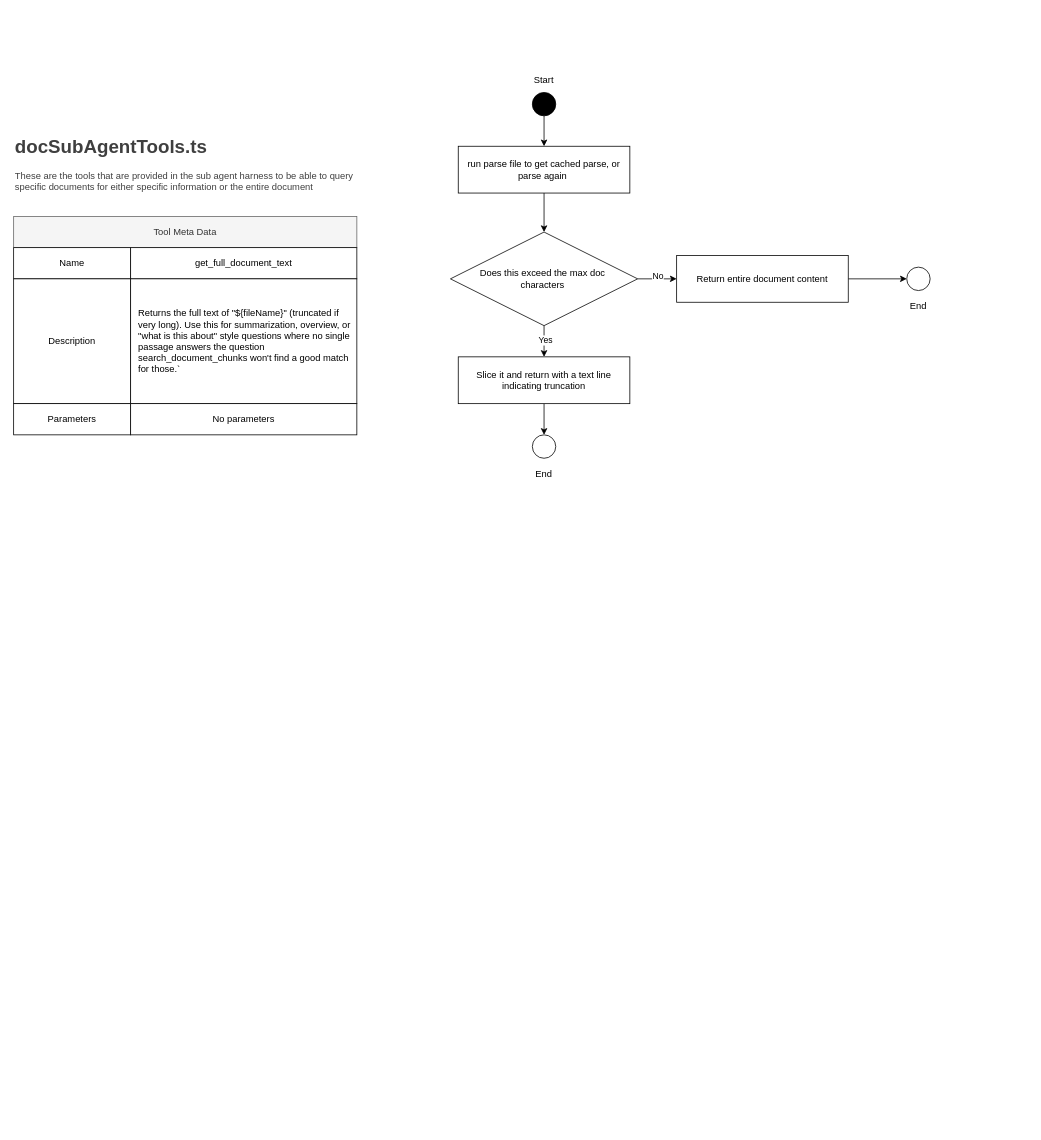
Above: page "query_table" (2 of 2) of diagrams/agents/structuredData/subAgentTools.drawio in Tedyang2003/lms-agent-advanced (draw.io), before the change. Source tidied: cells renumbered, new cells numbered last; positions are measured from the earlier drawing's top-left corner, leaving out a move shared by most shapes. Both pictures are drawn from the tidied source at 78%, with x=0, y=0 at pixel (13, 68).
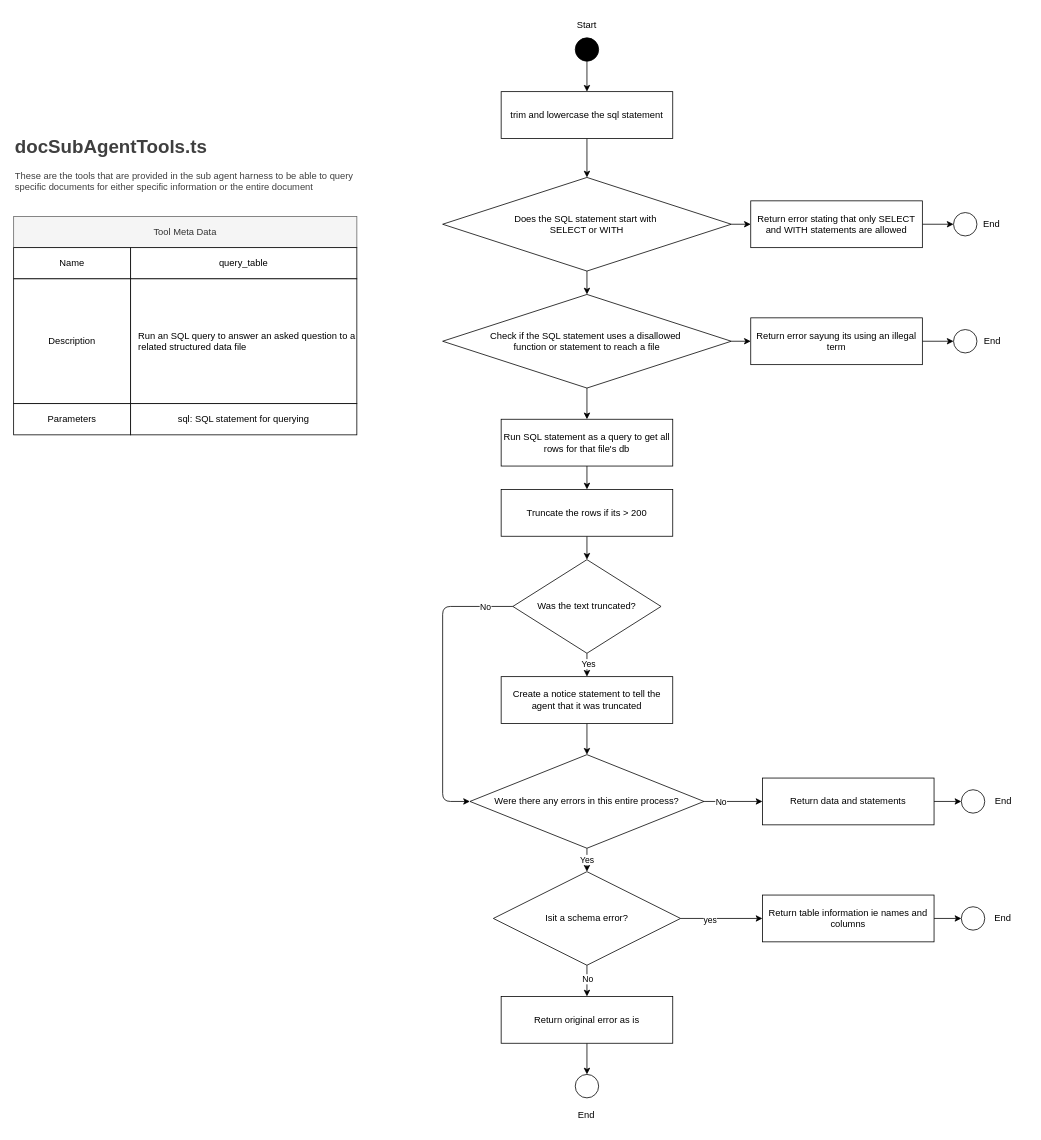
The same diagram, later.

Commit message (it also covers changes not shown here):
Add diagrams related to preprocessing, structured data handling and structured data sub agent tools

Change to the diagram source:
```diff
@@
-    <mxCell id="4" value="&lt;span style=&quot;color: rgb(0, 0, 0);&quot;&gt;get_full_document_text&lt;/span&gt;" style="rounded=0;whiteSpace=wrap;html=1;" parent="1" vertex="1">
+    <mxCell id="4" value="&lt;span style=&quot;color: rgb(0, 0, 0);&quot;&gt;query_table&lt;/span&gt;" style="rounded=0;whiteSpace=wrap;html=1;" parent="1" vertex="1">
       <mxGeometry x="150" y="230" width="290" height="40" as="geometry" />
     </mxCell>
@@
-    <mxCell id="6" value="&lt;span style=&quot;color: rgb(0, 0, 0);&quot;&gt;Returns the full text of &quot;${fileName}&quot; (truncated if very long). Use this for summarization, overview, or &quot;what is this about&quot; style questions where no single&amp;nbsp; passage answers the question search_document_chunks won't find a good match for those.`&lt;/span&gt;" style="rounded=0;whiteSpace=wrap;html=1;align=left;spacingLeft=8;" parent="1" vertex="1">
+    <mxCell id="6" value="&lt;span style=&quot;color: rgb(0, 0, 0);&quot;&gt;Run an SQL query to answer an asked question to a related structured data file&lt;/span&gt;" style="rounded=0;whiteSpace=wrap;html=1;align=left;spacingLeft=8;" parent="1" vertex="1">
       <mxGeometry x="150" y="270" width="290" height="160" as="geometry" />
     </mxCell>
@@
-    <mxCell id="8" value="No parameters" style="rounded=0;whiteSpace=wrap;html=1;" parent="1" vertex="1">
+    <mxCell id="8" value="sql: SQL statement for querying" style="rounded=0;whiteSpace=wrap;html=1;" parent="1" vertex="1">
       <mxGeometry x="150" y="430" width="290" height="40" as="geometry" />
     </mxCell>
@@
-    <mxCell id="10" style="edgeStyle=none;html=1;exitX=0.5;exitY=1;exitDx=0;exitDy=0;" parent="1" edge="1" source="11" target="21">
+    <mxCell id="10" style="edgeStyle=none;html=1;exitX=0.5;exitY=1;exitDx=0;exitDy=0;entryX=0.5;entryY=0;entryDx=0;entryDy=0;" parent="1" edge="1" source="11" target="30">
       <mxGeometry relative="1" as="geometry" />
     </mxCell>
-    <mxCell id="11" value="run parse file to get cached parse, or parse again&amp;nbsp;" style="rounded=0;whiteSpace=wrap;html=1;" parent="1" vertex="1">
-      <mxGeometry x="570" y="100" width="220" height="60" as="geometry" />
+    <mxCell id="11" value="trim and lowercase the sql statement" style="rounded=0;whiteSpace=wrap;html=1;" parent="1" vertex="1">
+      <mxGeometry x="625" y="30" width="220" height="60" as="geometry" />
     </mxCell>
-    <mxCell id="12" style="ellipse;whiteSpace=wrap;html=1;" parent="1" vertex="1">
-      <mxGeometry x="1145" y="255" width="30" height="30" as="geometry" />
-    </mxCell>
-    <mxCell id="13" value="End" style="text;html=1;align=center;verticalAlign=middle;whiteSpace=wrap;rounded=0;" parent="1" vertex="1">
-      <mxGeometry x="1130" y="290" width="60" height="30" as="geometry" />
-    </mxCell>
     <mxCell id="14" style="ellipse;whiteSpace=wrap;html=1;fillColor=#000000;" parent="1" vertex="1">
-      <mxGeometry x="665" y="31" width="30" height="30" as="geometry" />
+      <mxGeometry x="720" y="-39" width="30" height="30" as="geometry" />
     </mxCell>
     <mxCell id="15" value="Start" style="text;html=1;align=center;verticalAlign=middle;whiteSpace=wrap;rounded=0;" parent="1" vertex="1">
-      <mxGeometry x="650" width="60" height="30" as="geometry" />
+      <mxGeometry x="705" y="-70" width="60" height="30" as="geometry" />
     </mxCell>
@@
-    <mxCell id="17" style="edgeStyle=none;html=1;exitX=0.5;exitY=1;exitDx=0;exitDy=0;" parent="1" edge="1" source="21" target="23">
-      <mxGeometry relative="1" as="geometry" />
-    </mxCell>
-    <mxCell id="18" value="Yes" style="edgeLabel;html=1;align=center;verticalAlign=middle;" parent="17" vertex="1">
-      <mxGeometry x="-0.1" y="1" relative="1" as="geometry" />
-    </mxCell>
-    <mxCell id="19" style="edgeStyle=none;html=1;exitX=1;exitY=0.5;exitDx=0;exitDy=0;entryX=0;entryY=0.5;entryDx=0;entryDy=0;" parent="1" edge="1" source="21" target="25">
-      <mxGeometry relative="1" as="geometry" />
-    </mxCell>
-    <mxCell id="20" value="No" style="edgeLabel;html=1;align=center;verticalAlign=middle;" parent="19" vertex="1">
-      <mxGeometry x="-0.01" y="4" relative="1" as="geometry" />
-    </mxCell>
-    <mxCell id="21" value="Does this exceed the max doc&amp;nbsp;&lt;div&gt;characters&amp;nbsp;&lt;/div&gt;" style="rhombus;whiteSpace=wrap;html=1;" parent="1" vertex="1">
-      <mxGeometry x="560" y="210" width="240" height="120" as="geometry" />
-    </mxCell>
-    <mxCell id="22" style="edgeStyle=none;html=1;exitX=0.5;exitY=1;exitDx=0;exitDy=0;entryX=0.5;entryY=0;entryDx=0;entryDy=0;" parent="1" edge="1" source="23" target="26">
-      <mxGeometry relative="1" as="geometry" />
-    </mxCell>
-    <mxCell id="23" value="Slice it and return with a text line indicating truncation" style="rounded=0;whiteSpace=wrap;html=1;" parent="1" vertex="1">
-      <mxGeometry x="570" y="370" width="220" height="60" as="geometry" />
-    </mxCell>
-    <mxCell id="24" style="edgeStyle=none;html=1;exitX=1;exitY=0.5;exitDx=0;exitDy=0;entryX=0;entryY=0.5;entryDx=0;entryDy=0;" parent="1" edge="1" source="25" target="12">
-      <mxGeometry relative="1" as="geometry" />
-    </mxCell>
-    <mxCell id="25" value="Return entire document content" style="rounded=0;whiteSpace=wrap;html=1;" parent="1" vertex="1">
-      <mxGeometry x="850" y="240" width="220" height="60" as="geometry" />
-    </mxCell>
-    <mxCell id="26" style="ellipse;whiteSpace=wrap;html=1;" parent="1" vertex="1">
-      <mxGeometry x="665" y="470" width="30" height="30" as="geometry" />
-    </mxCell>
-    <mxCell id="27" value="End" style="text;html=1;align=center;verticalAlign=middle;whiteSpace=wrap;rounded=0;" parent="1" vertex="1">
-      <mxGeometry x="650" y="505" width="60" height="30" as="geometry" />
-    </mxCell>
+    <mxCell id="28" style="edgeStyle=none;html=1;exitX=1;exitY=0.5;exitDx=0;exitDy=0;entryX=0;entryY=0.5;entryDx=0;entryDy=0;" parent="1" edge="1" source="30" target="32">
+      <mxGeometry relative="1" as="geometry" />
+    </mxCell>
+    <mxCell id="29" style="edgeStyle=none;html=1;exitX=0.5;exitY=1;exitDx=0;exitDy=0;" parent="1" edge="1" source="30" target="36">
+      <mxGeometry relative="1" as="geometry" />
+    </mxCell>
+    <mxCell id="30" value="Does the SQL statement start with&amp;nbsp;&lt;div&gt;SELECT or WITH&lt;/div&gt;" style="rhombus;whiteSpace=wrap;html=1;" parent="1" vertex="1">
+      <mxGeometry x="550" y="140" width="370" height="120" as="geometry" />
+    </mxCell>
+    <mxCell id="31" style="edgeStyle=none;html=1;exitX=1;exitY=0.5;exitDx=0;exitDy=0;entryX=0;entryY=0.5;entryDx=0;entryDy=0;" parent="1" edge="1" source="32" target="33">
+      <mxGeometry relative="1" as="geometry" />
+    </mxCell>
+    <mxCell id="32" value="Return error stating that only SELECT and WITH statements are allowed" style="rounded=0;whiteSpace=wrap;html=1;" parent="1" vertex="1">
+      <mxGeometry x="945" y="170" width="220" height="60" as="geometry" />
+    </mxCell>
+    <mxCell id="33" style="ellipse;whiteSpace=wrap;html=1;" parent="1" vertex="1">
+      <mxGeometry x="1205" y="185" width="30" height="30" as="geometry" />
+    </mxCell>
+    <mxCell id="34" value="End" style="text;html=1;align=center;verticalAlign=middle;whiteSpace=wrap;rounded=0;" parent="1" vertex="1">
+      <mxGeometry x="1224" y="185" width="60" height="30" as="geometry" />
+    </mxCell>
+    <mxCell id="35" style="edgeStyle=none;html=1;exitX=0.5;exitY=1;exitDx=0;exitDy=0;entryX=0.5;entryY=0;entryDx=0;entryDy=0;" parent="1" edge="1" source="36" target="43">
+      <mxGeometry relative="1" as="geometry" />
+    </mxCell>
+    <mxCell id="36" value="Check if the SQL statement uses a disallowed&amp;nbsp;&lt;div&gt;function or statement to reach a file&lt;/div&gt;" style="rhombus;whiteSpace=wrap;html=1;" parent="1" vertex="1">
+      <mxGeometry x="550" y="290" width="370" height="120" as="geometry" />
+    </mxCell>
+    <mxCell id="37" style="edgeStyle=none;html=1;exitX=1;exitY=0.5;exitDx=0;exitDy=0;entryX=0;entryY=0.5;entryDx=0;entryDy=0;" parent="1" edge="1" source="36" target="39">
+      <mxGeometry relative="1" as="geometry" />
+    </mxCell>
+    <mxCell id="38" style="edgeStyle=none;html=1;exitX=1;exitY=0.5;exitDx=0;exitDy=0;entryX=0;entryY=0.5;entryDx=0;entryDy=0;" parent="1" edge="1" source="39" target="40">
+      <mxGeometry relative="1" as="geometry" />
+    </mxCell>
+    <mxCell id="39" value="Return error sayung its using an illegal term" style="rounded=0;whiteSpace=wrap;html=1;" parent="1" vertex="1">
+      <mxGeometry x="945" y="320" width="220" height="60" as="geometry" />
+    </mxCell>
+    <mxCell id="40" style="ellipse;whiteSpace=wrap;html=1;" parent="1" vertex="1">
+      <mxGeometry x="1205" y="335" width="30" height="30" as="geometry" />
+    </mxCell>
+    <mxCell id="41" value="End" style="text;html=1;align=center;verticalAlign=middle;whiteSpace=wrap;rounded=0;" parent="1" vertex="1">
+      <mxGeometry x="1225" y="335" width="60" height="30" as="geometry" />
+    </mxCell>
+    <mxCell id="42" style="edgeStyle=none;html=1;exitX=0.5;exitY=1;exitDx=0;exitDy=0;" parent="1" edge="1" source="43" target="45">
+      <mxGeometry relative="1" as="geometry" />
+    </mxCell>
+    <mxCell id="43" value="Run SQL statement as a query to get all rows for that file's db" style="rounded=0;whiteSpace=wrap;html=1;" parent="1" vertex="1">
+      <mxGeometry x="625" y="450" width="220" height="60" as="geometry" />
+    </mxCell>
+    <mxCell id="44" style="edgeStyle=none;html=1;" parent="1" edge="1" source="45">
+      <mxGeometry relative="1" as="geometry">
+        <mxPoint x="735" y="630" as="targetPoint" />
+      </mxGeometry>
+    </mxCell>
+    <mxCell id="45" value="Truncate the&amp;nbsp;rows if its &amp;gt; 200" style="rounded=0;whiteSpace=wrap;html=1;" parent="1" vertex="1">
+      <mxGeometry x="625" y="540" width="220" height="60" as="geometry" />
+    </mxCell>
+    <mxCell id="46" style="edgeStyle=none;html=1;exitX=0.5;exitY=1;exitDx=0;exitDy=0;" parent="1" edge="1" source="50" target="57">
+      <mxGeometry relative="1" as="geometry" />
+    </mxCell>
+    <mxCell id="47" value="Yes" style="edgeLabel;html=1;align=center;verticalAlign=middle;" parent="46" vertex="1">
+      <mxGeometry x="-0.12" y="1" relative="1" as="geometry" />
+    </mxCell>
+    <mxCell id="48" style="edgeStyle=orthogonalEdgeStyle;html=1;exitX=0;exitY=0.5;exitDx=0;exitDy=0;entryX=0;entryY=0.5;entryDx=0;entryDy=0;" parent="1" edge="1" source="50" target="55">
+      <mxGeometry relative="1" as="geometry">
+        <Array as="points">
+          <mxPoint x="550" y="690" />
+        </Array>
+      </mxGeometry>
+    </mxCell>
+    <mxCell id="49" value="No" style="edgeLabel;html=1;align=center;verticalAlign=middle;" parent="48" vertex="1">
+      <mxGeometry x="-0.81" relative="1" as="geometry" />
+    </mxCell>
+    <mxCell id="50" value="Was the text truncated?" style="rhombus;whiteSpace=wrap;html=1;" parent="1" vertex="1">
+      <mxGeometry x="640" y="630" width="190" height="120" as="geometry" />
+    </mxCell>
+    <mxCell id="51" style="edgeStyle=none;html=1;exitX=1;exitY=0.5;exitDx=0;exitDy=0;" parent="1" edge="1" source="55" target="59">
+      <mxGeometry relative="1" as="geometry" />
+    </mxCell>
+    <mxCell id="52" value="No" style="edgeLabel;html=1;align=center;verticalAlign=middle;" parent="51" vertex="1">
+      <mxGeometry x="-0.45" relative="1" as="geometry" />
+    </mxCell>
+    <mxCell id="53" style="edgeStyle=none;html=1;exitX=0.5;exitY=1;exitDx=0;exitDy=0;entryX=0.5;entryY=0;entryDx=0;entryDy=0;" parent="1" edge="1" source="55" target="66">
+      <mxGeometry relative="1" as="geometry" />
+    </mxCell>
+    <mxCell id="54" value="Yes" style="edgeLabel;html=1;align=center;verticalAlign=middle;" parent="53" vertex="1">
+      <mxGeometry x="-0.06" y="-1" relative="1" as="geometry" />
+    </mxCell>
+    <mxCell id="55" value="Were there any errors in this entire process?" style="rhombus;whiteSpace=wrap;html=1;" parent="1" vertex="1">
+      <mxGeometry x="585" y="880" width="300" height="120" as="geometry" />
+    </mxCell>
+    <mxCell id="56" style="edgeStyle=none;html=1;exitX=0.5;exitY=1;exitDx=0;exitDy=0;" parent="1" edge="1" source="57" target="55">
+      <mxGeometry relative="1" as="geometry" />
+    </mxCell>
+    <mxCell id="57" value="Create a notice statement to tell the agent that it was truncated" style="rounded=0;whiteSpace=wrap;html=1;" parent="1" vertex="1">
+      <mxGeometry x="625" y="780" width="220" height="60" as="geometry" />
+    </mxCell>
+    <mxCell id="58" style="edgeStyle=none;html=1;exitX=1;exitY=0.5;exitDx=0;exitDy=0;entryX=0;entryY=0.5;entryDx=0;entryDy=0;" parent="1" edge="1" source="59" target="60">
+      <mxGeometry relative="1" as="geometry" />
+    </mxCell>
+    <mxCell id="59" value="Return data and statements" style="rounded=0;whiteSpace=wrap;html=1;" parent="1" vertex="1">
+      <mxGeometry x="960" y="910" width="220" height="60" as="geometry" />
+    </mxCell>
+    <mxCell id="60" style="ellipse;whiteSpace=wrap;html=1;" parent="1" vertex="1">
+      <mxGeometry x="1215" y="925" width="30" height="30" as="geometry" />
+    </mxCell>
+    <mxCell id="61" value="End" style="text;html=1;align=center;verticalAlign=middle;whiteSpace=wrap;rounded=0;" parent="1" vertex="1">
+      <mxGeometry x="1239" y="925" width="60" height="30" as="geometry" />
+    </mxCell>
+    <mxCell id="62" style="edgeStyle=none;html=1;exitX=1;exitY=0.5;exitDx=0;exitDy=0;entryX=0;entryY=0.5;entryDx=0;entryDy=0;" parent="1" edge="1" source="66" target="68">
+      <mxGeometry relative="1" as="geometry" />
+    </mxCell>
+    <mxCell id="63" value="yes" style="edgeLabel;html=1;align=center;verticalAlign=middle;" parent="62" vertex="1">
+      <mxGeometry x="-0.3" y="-1" relative="1" as="geometry" />
+    </mxCell>
+    <mxCell id="64" style="edgeStyle=none;html=1;exitX=0.5;exitY=1;exitDx=0;exitDy=0;entryX=0.5;entryY=0;entryDx=0;entryDy=0;" parent="1" edge="1" source="66" target="72">
+      <mxGeometry relative="1" as="geometry" />
+    </mxCell>
+    <mxCell id="65" value="No" style="edgeLabel;html=1;align=center;verticalAlign=middle;" parent="64" vertex="1">
+      <mxGeometry x="-0.14" relative="1" as="geometry" />
+    </mxCell>
+    <mxCell id="66" value="Isit a schema error?" style="rhombus;whiteSpace=wrap;html=1;" parent="1" vertex="1">
+      <mxGeometry x="615" y="1030" width="240" height="120" as="geometry" />
+    </mxCell>
+    <mxCell id="67" style="edgeStyle=none;html=1;exitX=1;exitY=0.5;exitDx=0;exitDy=0;entryX=0;entryY=0.5;entryDx=0;entryDy=0;" parent="1" edge="1" source="68" target="69">
+      <mxGeometry relative="1" as="geometry" />
+    </mxCell>
+    <mxCell id="68" value="Return table information ie names and columns" style="rounded=0;whiteSpace=wrap;html=1;" parent="1" vertex="1">
+      <mxGeometry x="960" y="1060" width="220" height="60" as="geometry" />
+    </mxCell>
+    <mxCell id="69" style="ellipse;whiteSpace=wrap;html=1;" parent="1" vertex="1">
+      <mxGeometry x="1215" y="1075" width="30" height="30" as="geometry" />
+    </mxCell>
+    <mxCell id="70" value="End" style="text;html=1;align=center;verticalAlign=middle;whiteSpace=wrap;rounded=0;" parent="1" vertex="1">
+      <mxGeometry x="1241" y="1075" width="55" height="30" as="geometry" />
+    </mxCell>
+    <mxCell id="71" style="edgeStyle=none;html=1;exitX=0.5;exitY=1;exitDx=0;exitDy=0;entryX=0.5;entryY=0;entryDx=0;entryDy=0;" parent="1" edge="1" source="72" target="73">
+      <mxGeometry relative="1" as="geometry" />
+    </mxCell>
+    <mxCell id="72" value="Return original error as is" style="rounded=0;whiteSpace=wrap;html=1;" parent="1" vertex="1">
+      <mxGeometry x="625" y="1190" width="220" height="60" as="geometry" />
+    </mxCell>
+    <mxCell id="73" style="ellipse;whiteSpace=wrap;html=1;" parent="1" vertex="1">
+      <mxGeometry x="720" y="1290" width="30" height="30" as="geometry" />
+    </mxCell>
+    <mxCell id="74" value="End" style="text;html=1;align=center;verticalAlign=middle;whiteSpace=wrap;rounded=0;" parent="1" vertex="1">
+      <mxGeometry x="707" y="1327" width="55" height="30" as="geometry" />
+    </mxCell>
```
